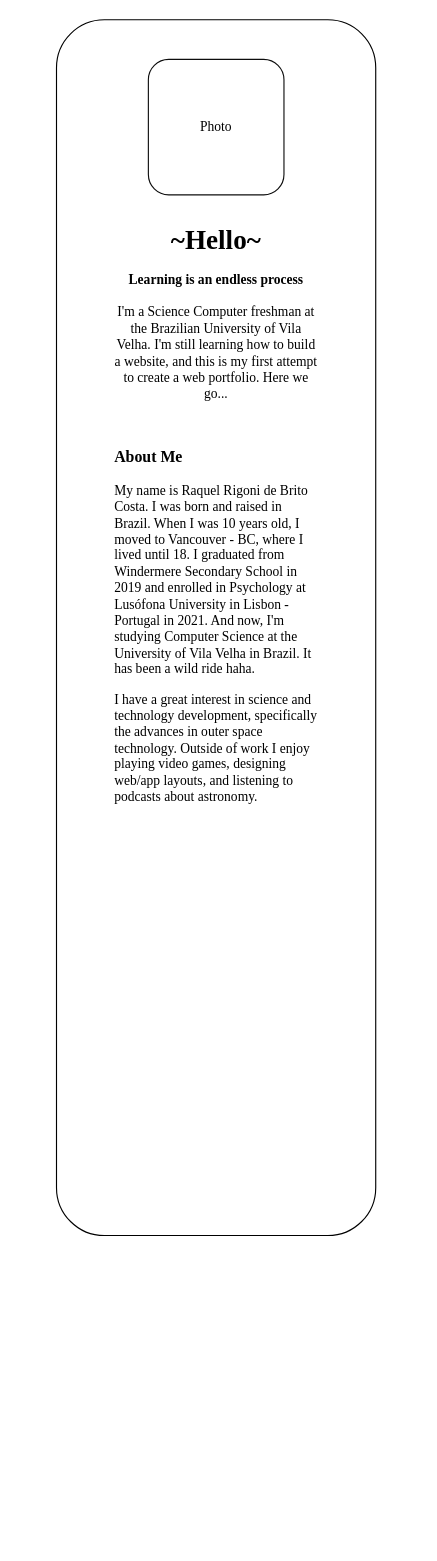
Earlier version of the draw.io diagram Portfolio Layout.drawio (raqlr/WebCC1M). Source tidied: cells renumbered, new cells numbered last; positions are measured from the earlier drawing's top-left corner, leaving out a move shared by most shapes. Both pictures are drawn from the tidied source at 113%, with x=0, y=0 at pixel (-392, 59).
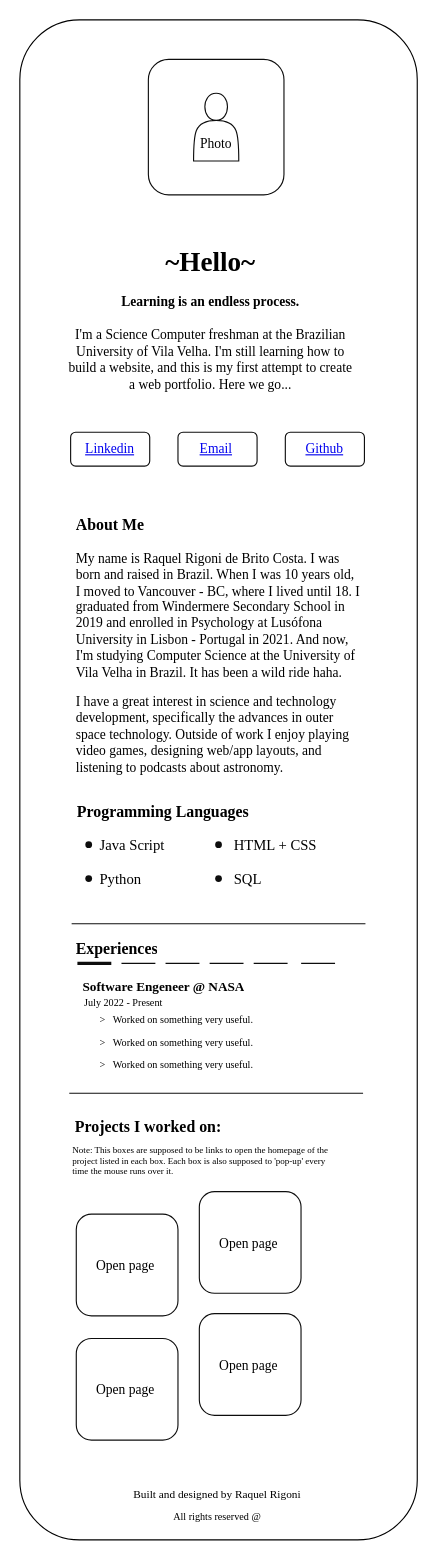
After the change.

Commit message:
Update Portfolio Layout (Mobile).drawio

Diff of the diagram source:
```diff
@@
-    <mxCell id="2" style="rounded=1;whiteSpace=wrap;html=1;rotation=90;shadow=0;glass=0;sketch=0;gradientDirection=east;fontColor=none;noLabel=1;" parent="1" vertex="1">
-      <mxGeometry x="-0.2" y="361.7" width="1075.9" height="282.5" as="geometry" />
+    <mxCell id="2" style="rounded=1;whiteSpace=wrap;html=1;rotation=90;shadow=0;glass=0;sketch=0;gradientDirection=east;fontColor=none;noLabel=1;fontSize=10;" parent="1" vertex="1">
+      <mxGeometry x="-132.7" y="461.8" width="1345.2" height="351.7" as="geometry" />
     </mxCell>
     <mxCell id="3" value="&lt;h1 style=&quot;&quot;&gt;~Hello~&lt;/h1&gt;&lt;div style=&quot;&quot;&gt;&lt;br&gt;&lt;/div&gt;&lt;p style=&quot;&quot;&gt;I'm a Science Computer freshman at the Brazilian University of Vila Velha. I'm still learning how to build a website, and this is my first attempt to create a web portfolio. Here we go...&lt;/p&gt;" style="text;html=1;spacing=5;spacingTop=-20;whiteSpace=wrap;overflow=hidden;rounded=0;opacity=95;fontFamily=Times New Roman;align=center;fontColor=default;" parent="1" vertex="1">
-      <mxGeometry x="442.8" y="140" width="190" height="170" as="geometry" />
+      <mxGeometry x="403" y="160" width="260" height="140" as="geometry" />
     </mxCell>
-    <mxCell id="4" value="&lt;h4&gt;Learning is an endless process&lt;/h4&gt;" style="text;html=1;strokeColor=none;fillColor=none;align=center;verticalAlign=middle;whiteSpace=wrap;rounded=0;fontFamily=Times New Roman;opacity=95;fontColor=default;" parent="1" vertex="1">
-      <mxGeometry x="457.8" y="180" width="160" height="30" as="geometry" />
+    <mxCell id="4" value="&lt;h4&gt;Learning is an endless process.&lt;/h4&gt;" style="text;html=1;strokeColor=none;fillColor=none;align=center;verticalAlign=middle;whiteSpace=wrap;rounded=0;fontFamily=Times New Roman;opacity=95;fontColor=default;" parent="1" vertex="1">
+      <mxGeometry x="445" y="200" width="176" height="30" as="geometry" />
     </mxCell>
@@
     <mxCell id="6" value="Photo" style="text;html=1;strokeColor=none;fillColor=none;align=center;verticalAlign=middle;whiteSpace=wrap;rounded=0;shadow=0;glass=0;sketch=0;fontFamily=Times New Roman;fontColor=default;opacity=95;" parent="1" vertex="1">
-      <mxGeometry x="507.8" y="45" width="60" height="30" as="geometry" />
+      <mxGeometry x="507.8" y="60" width="60" height="30" as="geometry" />
     </mxCell>
     <mxCell id="7" value="&lt;h3 style=&quot;&quot;&gt;About Me&lt;/h3&gt;&lt;p style=&quot;&quot;&gt;My name is Raquel Rigoni de Brito Costa. I was born and raised in Brazil. When I was 10 years old, I moved to Vancouver - BC, where I lived until 18. I graduated from Windermere Secondary School in 2019 and enrolled in Psychology at Lusófona University in Lisbon - Portugal in 2021. And now, I'm studying Computer Science at the University of Vila Velha in Brazil. It has been a wild ride haha.&amp;nbsp;&lt;br&gt;&lt;/p&gt;&lt;p&gt;I have a great interest in science and technology development, specifically the advances in outer space technology.&amp;nbsp;Outside of work I enjoy playing video games, designing web/app layouts, and listening to podcasts about astronomy.&lt;br&gt;&lt;/p&gt;&lt;div&gt;&lt;br&gt;&lt;/div&gt;" style="text;html=1;strokeColor=none;fillColor=none;spacing=5;spacingTop=-20;whiteSpace=wrap;overflow=hidden;rounded=0;shadow=0;glass=0;sketch=0;fontFamily=Times New Roman;fontColor=default;opacity=95;align=left;" parent="1" vertex="1">
-      <mxGeometry x="442.8" y="340" width="190" height="330" as="geometry" />
+      <mxGeometry x="409" y="400" width="260" height="240" as="geometry" />
     </mxCell>
+    <mxCell id="8" value="Programming Languages" style="text;strokeColor=none;fillColor=none;align=left;verticalAlign=middle;spacingLeft=4;spacingRight=4;overflow=hidden;shadow=0;glass=0;sketch=0;fontFamily=Times New Roman;fontColor=default;opacity=95;fontStyle=1;fontSize=14.04;" parent="1" vertex="1">
+      <mxGeometry x="409" y="650" width="180" height="30" as="geometry" />
+    </mxCell>
+    <mxCell id="9" value="Java Script" style="text;strokeColor=none;fillColor=none;align=left;verticalAlign=middle;spacingLeft=4;spacingRight=4;overflow=hidden;shadow=0;glass=0;sketch=0;fontFamily=Times New Roman;fontSize=13;fontColor=default;opacity=95;" parent="1" vertex="1">
+      <mxGeometry x="429" y="680" width="80" height="30" as="geometry" />
+    </mxCell>
+    <mxCell id="10" value="Python" style="text;strokeColor=none;fillColor=none;align=left;verticalAlign=middle;spacingLeft=4;spacingRight=4;overflow=hidden;shadow=0;glass=0;sketch=0;fontFamily=Times New Roman;fontSize=13;fontColor=default;opacity=95;" parent="1" vertex="1">
+      <mxGeometry x="429" y="710" width="80" height="30" as="geometry" />
+    </mxCell>
+    <mxCell id="11" value="HTML + CSS" style="text;strokeColor=none;fillColor=none;align=left;verticalAlign=middle;spacingLeft=4;spacingRight=4;overflow=hidden;shadow=0;glass=0;sketch=0;fontFamily=Times New Roman;fontSize=13;fontColor=default;opacity=95;" parent="1" vertex="1">
+      <mxGeometry x="547.8" y="680" width="96" height="30" as="geometry" />
+    </mxCell>
+    <mxCell id="12" value="SQL" style="text;strokeColor=none;fillColor=none;align=left;verticalAlign=middle;spacingLeft=4;spacingRight=4;overflow=hidden;shadow=0;glass=0;sketch=0;fontFamily=Times New Roman;fontSize=13;fontColor=default;opacity=95;" parent="1" vertex="1">
+      <mxGeometry x="547.8" y="710" width="80" height="30" as="geometry" />
+    </mxCell>
+    <mxCell id="13" style="shape=waypoint;sketch=0;fillStyle=solid;size=6;fillColor=none;perimeter=centerPerimeter;shadow=0;glass=0;fontFamily=Times New Roman;fontSize=13;fontColor=default;strokeColor=default;strokeWidth=1;opacity=95;" parent="1" vertex="1">
+      <mxGeometry x="519.9" y="675" width="40" height="40" as="geometry" />
+    </mxCell>
+    <mxCell id="14" style="shape=waypoint;sketch=0;fillStyle=solid;size=6;fillColor=none;perimeter=centerPerimeter;shadow=0;glass=0;fontFamily=Times New Roman;fontSize=13;fontColor=default;strokeColor=default;strokeWidth=1;opacity=95;" parent="1" vertex="1">
+      <mxGeometry x="519.9" y="705" width="40" height="40" as="geometry" />
+    </mxCell>
+    <mxCell id="15" style="shape=waypoint;sketch=0;fillStyle=solid;size=6;fillColor=none;perimeter=centerPerimeter;shadow=0;glass=0;fontFamily=Times New Roman;fontSize=13;fontColor=default;strokeColor=default;strokeWidth=1;opacity=95;" parent="1" vertex="1">
+      <mxGeometry x="405" y="705" width="40" height="40" as="geometry" />
+    </mxCell>
+    <mxCell id="16" style="shape=waypoint;sketch=0;fillStyle=solid;size=6;fillColor=none;perimeter=centerPerimeter;shadow=0;glass=0;fontFamily=Times New Roman;fontSize=13;fontColor=default;strokeColor=default;strokeWidth=1;opacity=95;" parent="1" vertex="1">
+      <mxGeometry x="405" y="675" width="40" height="40" as="geometry" />
+    </mxCell>
+    <mxCell id="17" style="rounded=1;whiteSpace=wrap;html=1;shadow=0;glass=0;sketch=0;fontFamily=Times New Roman;fontSize=13;fontColor=default;strokeColor=default;strokeWidth=1;fillColor=none;gradientColor=#28169C;gradientDirection=east;opacity=95;" parent="1" vertex="1">
+      <mxGeometry x="409" y="330" width="70" height="30" as="geometry" />
+    </mxCell>
+    <mxCell id="18" style="rounded=1;whiteSpace=wrap;html=1;shadow=0;glass=0;sketch=0;fontFamily=Times New Roman;fontSize=13;fontColor=default;strokeColor=default;strokeWidth=1;fillColor=none;gradientColor=#28169C;gradientDirection=east;opacity=95;" parent="1" vertex="1">
+      <mxGeometry x="504" y="330" width="70" height="30" as="geometry" />
+    </mxCell>
+    <mxCell id="19" style="rounded=1;whiteSpace=wrap;html=1;shadow=0;glass=0;sketch=0;fontFamily=Times New Roman;fontSize=13;fontColor=default;strokeColor=default;strokeWidth=1;fillColor=none;gradientColor=#28169C;gradientDirection=east;opacity=95;" parent="1" vertex="1">
+      <mxGeometry x="599" y="330" width="70" height="30" as="geometry" />
+    </mxCell>
+    <mxCell id="20" value="Linkedin" style="text;html=1;strokeColor=none;fillColor=none;whiteSpace=wrap;align=center;verticalAlign=middle;fontColor=#0000EE;fontStyle=4;shadow=0;glass=0;sketch=0;fontFamily=Times New Roman;fontSize=12;opacity=95;" parent="1" vertex="1">
+      <mxGeometry x="414" y="325" width="60" height="40" as="geometry" />
+    </mxCell>
+    <mxCell id="21" value="Email" style="text;html=1;strokeColor=none;fillColor=none;whiteSpace=wrap;align=center;verticalAlign=middle;fontColor=#0000EE;fontStyle=4;shadow=0;glass=0;sketch=0;fontFamily=Times New Roman;fontSize=12;opacity=95;" parent="1" vertex="1">
+      <mxGeometry x="507.8" y="325" width="60" height="40" as="geometry" />
+    </mxCell>
+    <mxCell id="22" value="Github" style="text;html=1;strokeColor=none;fillColor=none;whiteSpace=wrap;align=center;verticalAlign=middle;fontColor=#0000EE;fontStyle=4;shadow=0;glass=0;sketch=0;fontFamily=Times New Roman;fontSize=12;opacity=95;" parent="1" vertex="1">
+      <mxGeometry x="604" y="325" width="60" height="40" as="geometry" />
+    </mxCell>
+    <mxCell id="23" style="shape=actor;whiteSpace=wrap;html=1;shadow=0;glass=0;sketch=0;fontFamily=Times New Roman;fontSize=12;fontColor=default;strokeColor=default;strokeWidth=1;fillColor=none;gradientColor=#28169C;gradientDirection=east;opacity=95;" parent="1" vertex="1">
+      <mxGeometry x="517.8" y="30" width="40" height="60" as="geometry" />
+    </mxCell>
+    <mxCell id="24" value="&lt;h3&gt;Experiences&lt;/h3&gt;" style="text;html=1;strokeColor=none;fillColor=none;spacing=5;spacingTop=-20;whiteSpace=wrap;overflow=hidden;rounded=0;shadow=0;glass=0;sketch=0;fontFamily=Times New Roman;fontSize=12;fontColor=default;opacity=95;" parent="1" vertex="1">
+      <mxGeometry x="409" y="775" width="270" height="30" as="geometry" />
+    </mxCell>
+    <mxCell id="25" style="rounded=1;whiteSpace=wrap;html=1;shadow=0;glass=0;sketch=0;fontFamily=Times New Roman;fontSize=12;fontColor=default;strokeColor=default;strokeWidth=1;fillColor=none;gradientColor=#28169C;gradientDirection=east;opacity=95;" parent="1" vertex="1">
+      <mxGeometry x="414" y="1022" width="90" height="90" as="geometry" />
+    </mxCell>
+    <mxCell id="26" style="rounded=1;whiteSpace=wrap;html=1;shadow=0;glass=0;sketch=0;fontFamily=Times New Roman;fontSize=12;fontColor=default;strokeColor=default;strokeWidth=1;fillColor=none;gradientColor=#28169C;gradientDirection=east;opacity=95;" parent="1" vertex="1">
+      <mxGeometry x="522.9" y="1002" width="90" height="90" as="geometry" />
+    </mxCell>
+    <mxCell id="27" style="rounded=1;whiteSpace=wrap;html=1;shadow=0;glass=0;sketch=0;fontFamily=Times New Roman;fontSize=12;fontColor=default;strokeColor=default;strokeWidth=1;fillColor=none;gradientColor=#28169C;gradientDirection=east;opacity=95;" parent="1" vertex="1">
+      <mxGeometry x="414" y="1132" width="90" height="90" as="geometry" />
+    </mxCell>
+    <mxCell id="28" style="rounded=1;whiteSpace=wrap;html=1;shadow=0;glass=0;sketch=0;fontFamily=Times New Roman;fontSize=12;fontColor=default;strokeColor=default;strokeWidth=1;fillColor=none;gradientColor=#28169C;gradientDirection=east;opacity=95;" parent="1" vertex="1">
+      <mxGeometry x="522.9" y="1110" width="90" height="90" as="geometry" />
+    </mxCell>
+    <mxCell id="29" value="&lt;h3&gt;Projects I worked on:&lt;/h3&gt;" style="text;html=1;strokeColor=none;fillColor=none;align=center;verticalAlign=middle;whiteSpace=wrap;rounded=0;shadow=0;glass=0;sketch=0;fontFamily=Times New Roman;fontSize=12;fontColor=default;opacity=95;" parent="1" vertex="1">
+      <mxGeometry x="403" y="930" width="150" height="30" as="geometry" />
+    </mxCell>
+    <mxCell id="30" value="Open page" style="text;strokeColor=none;fillColor=none;align=left;verticalAlign=top;spacingLeft=4;spacingRight=4;overflow=hidden;shadow=0;glass=0;sketch=0;fontFamily=Times New Roman;fontSize=12;fontColor=default;opacity=95;html=0;" parent="1" vertex="1">
+      <mxGeometry x="425.9" y="1054" width="66.2" height="26" as="geometry" />
+    </mxCell>
+    <mxCell id="31" value="Open page" style="text;strokeColor=none;fillColor=none;align=left;verticalAlign=top;spacingLeft=4;spacingRight=4;overflow=hidden;shadow=0;glass=0;sketch=0;fontFamily=Times New Roman;fontSize=12;fontColor=default;opacity=95;html=0;" parent="1" vertex="1">
+      <mxGeometry x="534.9" y="1142" width="66.2" height="26" as="geometry" />
+    </mxCell>
+    <mxCell id="32" value="Open page" style="text;strokeColor=none;fillColor=none;align=left;verticalAlign=top;spacingLeft=4;spacingRight=4;overflow=hidden;shadow=0;glass=0;sketch=0;fontFamily=Times New Roman;fontSize=12;fontColor=default;opacity=95;html=0;" parent="1" vertex="1">
+      <mxGeometry x="425.9" y="1164" width="66.2" height="26" as="geometry" />
+    </mxCell>
+    <mxCell id="33" value="Open page" style="text;strokeColor=none;fillColor=none;align=left;verticalAlign=top;spacingLeft=4;spacingRight=4;overflow=hidden;shadow=0;glass=0;sketch=0;fontFamily=Times New Roman;fontSize=12;fontColor=default;opacity=95;html=0;" parent="1" vertex="1">
+      <mxGeometry x="534.9" y="1034" width="66.2" height="26" as="geometry" />
+    </mxCell>
+    <mxCell id="34" value="Built and designed by Raquel Rigoni" style="text;html=1;strokeColor=none;fillColor=none;align=center;verticalAlign=middle;whiteSpace=wrap;rounded=0;shadow=0;glass=0;sketch=0;fontFamily=Times New Roman;fontSize=10;fontColor=default;opacity=95;" parent="1" vertex="1">
+      <mxGeometry x="449" y="1260" width="180" height="20" as="geometry" />
+    </mxCell>
+    <mxCell id="35" value="All rights reserved @" style="text;html=1;strokeColor=none;fillColor=none;align=center;verticalAlign=middle;whiteSpace=wrap;rounded=0;shadow=0;glass=0;sketch=0;fontFamily=Times New Roman;fontSize=9;fontColor=default;opacity=95;" parent="1" vertex="1">
+      <mxGeometry x="484" y="1280" width="110" height="20" as="geometry" />
+    </mxCell>
+    <mxCell id="36" style="line;strokeWidth=3;html=1;shadow=0;glass=0;sketch=0;fontFamily=Times New Roman;fontSize=10;fontColor=default;fillColor=none;gradientColor=#28169C;gradientDirection=east;opacity=95;" parent="1" vertex="1">
+      <mxGeometry x="415" y="795" width="30" height="10" as="geometry" />
+    </mxCell>
+    <mxCell id="37" style="line;strokeWidth=1;html=1;shadow=0;glass=0;sketch=0;fontFamily=Times New Roman;fontSize=10;fontColor=default;fillColor=none;gradientColor=#28169C;gradientDirection=east;opacity=95;" parent="1" vertex="1">
+      <mxGeometry x="454" y="795" width="30" height="10" as="geometry" />
+    </mxCell>
+    <mxCell id="38" style="line;strokeWidth=1;html=1;shadow=0;glass=0;sketch=0;fontFamily=Times New Roman;fontSize=10;fontColor=default;fillColor=none;gradientColor=#28169C;gradientDirection=east;opacity=95;" parent="1" vertex="1">
+      <mxGeometry x="493" y="795" width="30" height="10" as="geometry" />
+    </mxCell>
+    <mxCell id="39" style="line;strokeWidth=1;html=1;shadow=0;glass=0;sketch=0;fontFamily=Times New Roman;fontSize=10;fontColor=default;fillColor=none;gradientColor=#28169C;gradientDirection=east;opacity=95;" parent="1" vertex="1">
+      <mxGeometry x="532" y="795" width="30" height="10" as="geometry" />
+    </mxCell>
+    <mxCell id="40" style="line;strokeWidth=1;html=1;shadow=0;glass=0;sketch=0;fontFamily=Times New Roman;fontSize=10;fontColor=default;fillColor=none;gradientColor=#28169C;gradientDirection=east;opacity=95;" parent="1" vertex="1">
+      <mxGeometry x="571" y="795" width="30" height="10" as="geometry" />
+    </mxCell>
+    <mxCell id="41" style="line;strokeWidth=1;html=1;shadow=0;glass=0;sketch=0;fontFamily=Times New Roman;fontSize=10;fontColor=default;fillColor=none;gradientColor=#28169C;gradientDirection=east;opacity=95;" parent="1" vertex="1">
+      <mxGeometry x="613" y="795" width="30" height="10" as="geometry" />
+    </mxCell>
+    <mxCell id="42" value="&lt;h3&gt;Software Engeneer @ NASA&lt;/h3&gt;&lt;p&gt;&lt;br&gt;&lt;/p&gt;" style="text;html=1;strokeColor=none;fillColor=none;spacing=5;spacingTop=-20;whiteSpace=wrap;overflow=hidden;rounded=0;shadow=0;glass=0;sketch=0;fontFamily=Times New Roman;fontSize=10;fontColor=default;opacity=95;" parent="1" vertex="1">
+      <mxGeometry x="415" y="813.4" width="190" height="20" as="geometry" />
+    </mxCell>
+    <mxCell id="43" value="July 2022 - Present" style="text;html=1;strokeColor=none;fillColor=none;align=center;verticalAlign=middle;whiteSpace=wrap;rounded=0;shadow=0;glass=0;sketch=0;fontFamily=Times New Roman;fontSize=9;fontColor=default;opacity=95;" parent="1" vertex="1">
+      <mxGeometry x="414" y="830" width="84" height="10" as="geometry" />
+    </mxCell>
+    <mxCell id="44" value="&gt;   Worked on something very useful." style="text;strokeColor=none;fillColor=none;align=left;verticalAlign=middle;spacingLeft=4;spacingRight=4;overflow=hidden;shadow=0;glass=0;sketch=0;fontFamily=Times New Roman;fontSize=9;fontColor=default;opacity=95;html=0;" parent="1" vertex="1">
+      <mxGeometry x="429" y="840" width="201.8" height="20" as="geometry" />
+    </mxCell>
+    <mxCell id="45" value="&gt;   Worked on something very useful." style="text;strokeColor=none;fillColor=none;align=left;verticalAlign=middle;spacingLeft=4;spacingRight=4;overflow=hidden;shadow=0;glass=0;sketch=0;fontFamily=Times New Roman;fontSize=9;fontColor=default;opacity=95;html=0;" parent="1" vertex="1">
+      <mxGeometry x="429" y="860" width="201.8" height="20" as="geometry" />
+    </mxCell>
+    <mxCell id="46" value="&gt;   Worked on something very useful." style="text;strokeColor=none;fillColor=none;align=left;verticalAlign=middle;spacingLeft=4;spacingRight=4;overflow=hidden;shadow=0;glass=0;sketch=0;fontFamily=Times New Roman;fontSize=9;fontColor=default;opacity=95;html=0;" parent="1" vertex="1">
+      <mxGeometry x="429" y="880" width="201.8" height="20" as="geometry" />
+    </mxCell>
+    <mxCell id="47" value="Note: This boxes are supposed to be links to open the homepage of the project listed in each box. Each box is also supposed to 'pop-up' every time the mouse runs over it." style="text;html=1;strokeColor=none;fillColor=none;align=left;verticalAlign=middle;whiteSpace=wrap;rounded=0;shadow=0;glass=0;sketch=0;fontFamily=Times New Roman;fontSize=8;fontColor=default;opacity=95;" parent="1" vertex="1">
+      <mxGeometry x="409" y="960" width="230" height="30" as="geometry" />
+    </mxCell>
+    <mxCell id="48" style="line;strokeWidth=1;html=1;perimeter=backbonePerimeter;shadow=0;glass=0;sketch=0;fontFamily=Times New Roman;fontSize=14.04;fontColor=default;fillColor=none;gradientColor=#28169C;gradientDirection=east;opacity=95;" parent="1" vertex="1">
+      <mxGeometry x="407.8" y="910" width="260" height="10" as="geometry" />
+    </mxCell>
+    <mxCell id="49" style="line;strokeWidth=1;html=1;perimeter=backbonePerimeter;shadow=0;glass=0;sketch=0;fontFamily=Times New Roman;fontSize=14.04;fontColor=default;fillColor=none;gradientColor=#28169C;gradientDirection=east;opacity=95;" parent="1" vertex="1">
+      <mxGeometry x="409.9" y="760" width="260" height="10" as="geometry" />
+    </mxCell>
```
